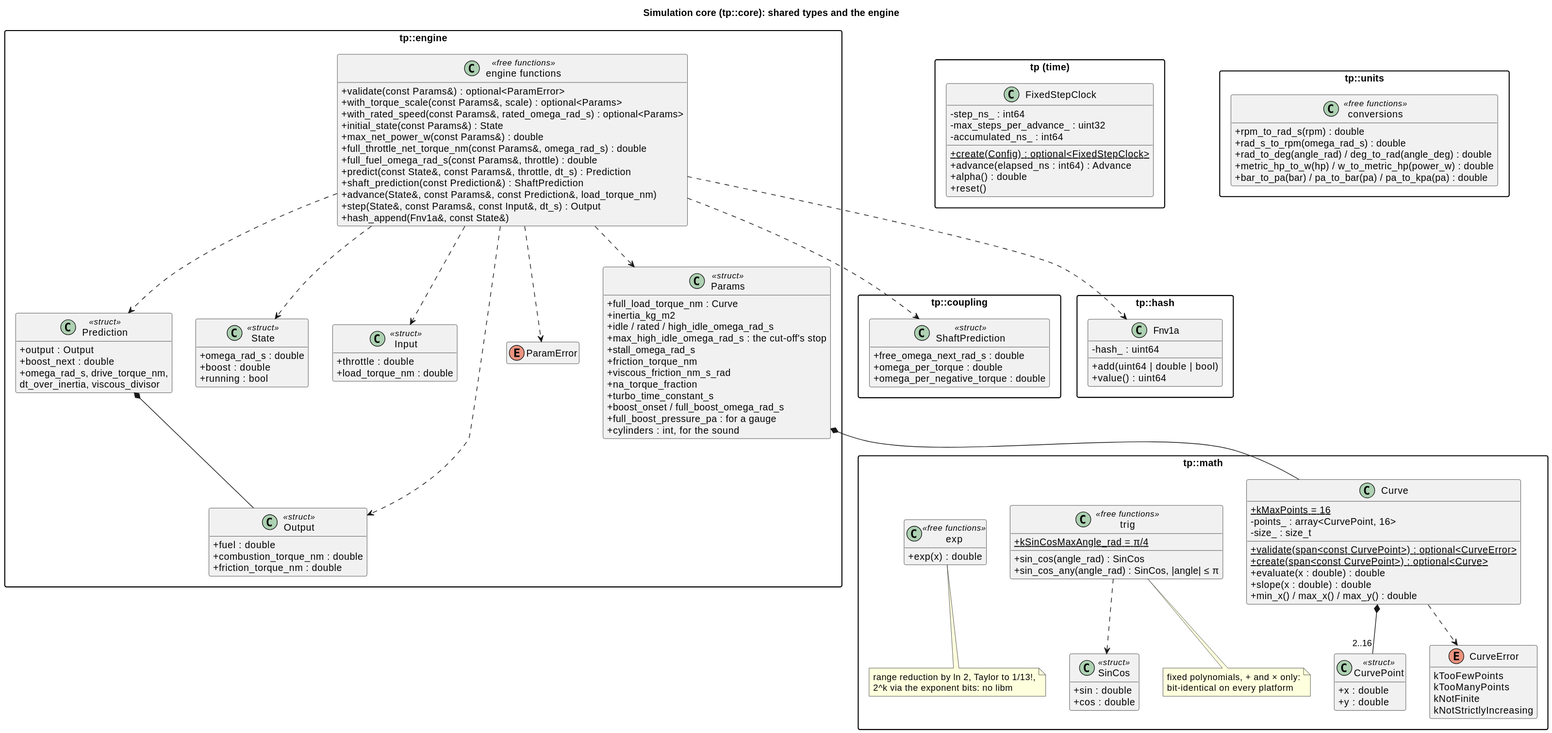
Earlier version of the PlantUML export docs/diagrams/svg/core_classes.svg (wversteeg/TractorPulling).
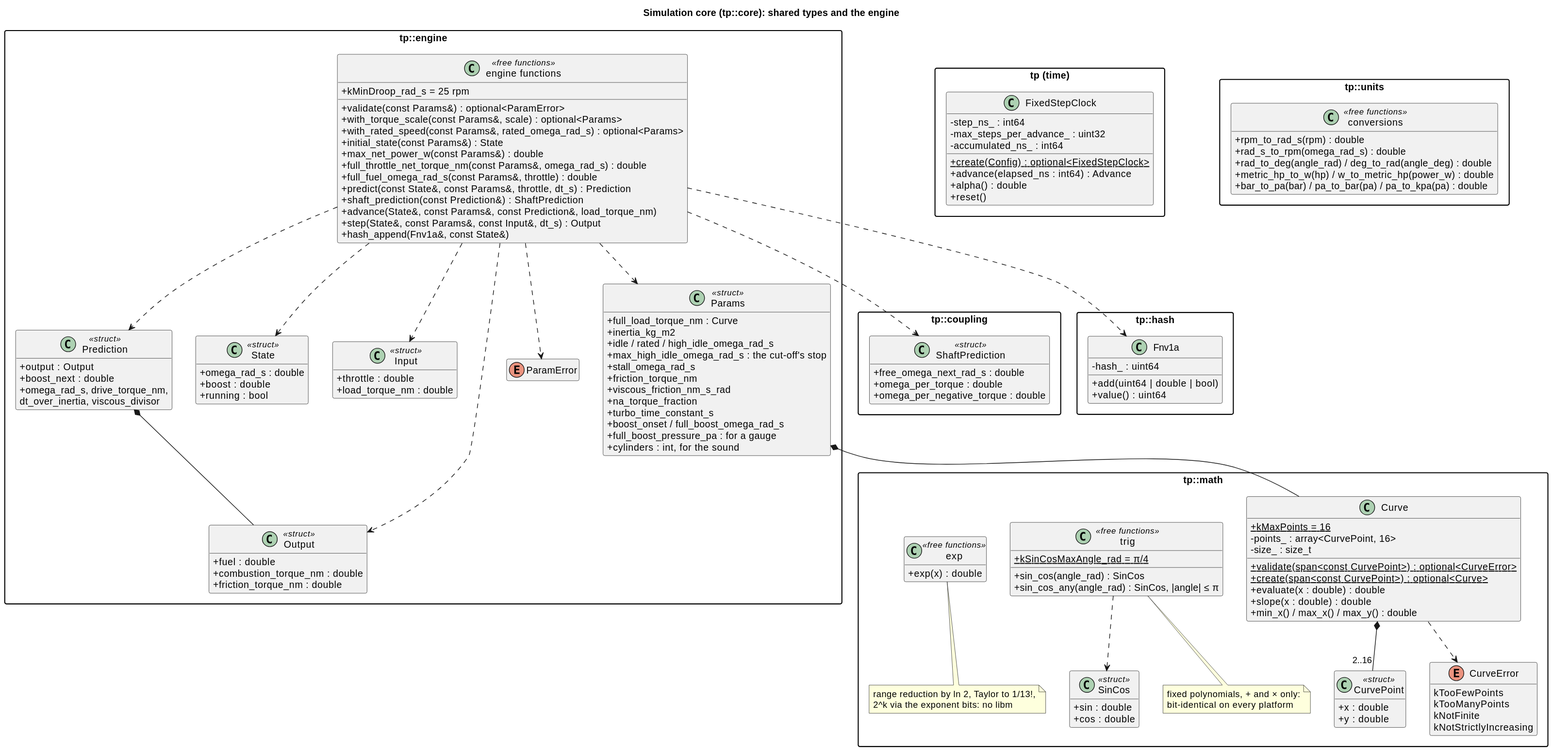
Above is the later version.

What changed in the source:
```diff
@@ -95,6 +95,7 @@
        dt_over_inertia, viscous_divisor
     }
     class "engine functions" as EngineFns <<free functions>> {
+      +kMinDroop_rad_s = 25 rpm
       +validate(const Params&) : optional<ParamError>
       +with_torque_scale(const Params&, scale) : optional<Params>
       +with_rated_speed(const Params&, rated_omega_rad_s) : optional<Params>
```
